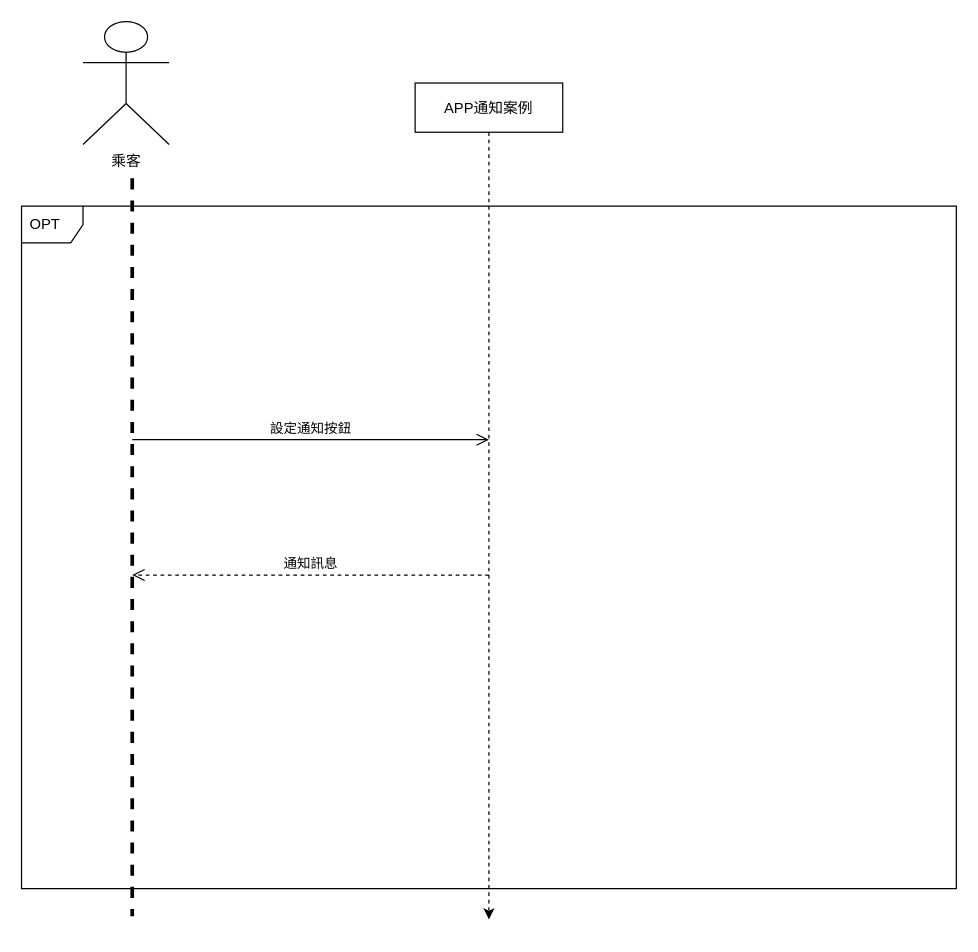
Earlier version of the draw.io diagram page "app通知案例" (3 of 5) of answer.drawio (Tim11211017/final-assignment). Source tidied: cells renumbered, new cells numbered last; positions are measured from the earlier drawing's top-left corner, leaving out a move shared by most shapes. Both pictures are drawn from the tidied source at 123%, with x=0, y=0 at pixel (21, 21).
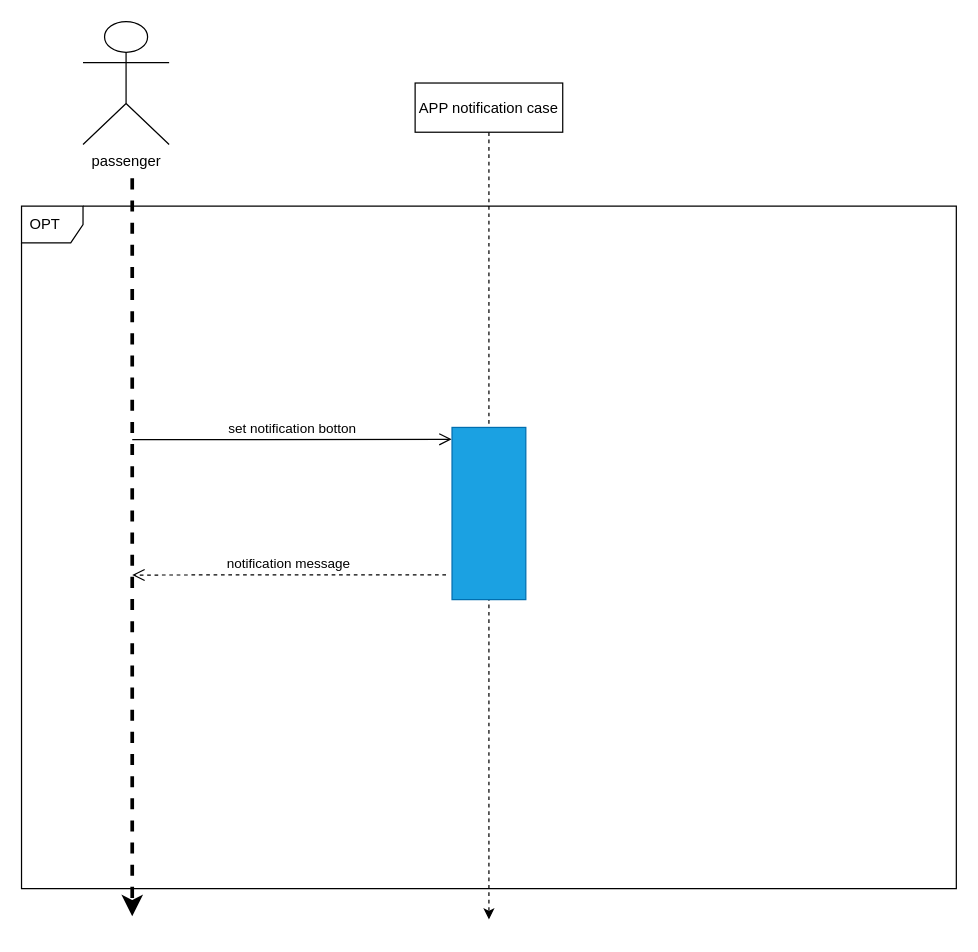
The same page after the edit.

What changed in the source:
```diff
@@
 <mxGraphModel>
   <root>
     <mxCell id="0" />
     <mxCell id="1" parent="0" />
     <mxCell id="2" value="OPT" style="shape=umlFrame;whiteSpace=wrap;html=1;width=50;height=30;boundedLbl=1;verticalAlign=middle;align=left;spacingLeft=5;" parent="1" vertex="1">
       <mxGeometry y="150" width="760" height="555" as="geometry" />
     </mxCell>
-    <mxCell id="3" value="乘客" style="shape=umlActor;verticalLabelPosition=bottom;verticalAlign=top;html=1;direction=east;" parent="1" vertex="1">
+    <mxCell id="3" value="passenger" style="shape=umlActor;verticalLabelPosition=bottom;verticalAlign=top;html=1;direction=east;" parent="1" vertex="1">
       <mxGeometry x="50" width="70" height="100" as="geometry" />
     </mxCell>
-    <mxCell id="4" style="endArrow=none;startArrow=none;endFill=0;startFill=0;endSize=8;html=1;verticalAlign=bottom;labelBackgroundColor=none;strokeWidth=3;dashed=1;" parent="1" edge="1">
+    <mxCell id="4" style="endArrow=classic;startArrow=none;endFill=1;startFill=0;endSize=8;html=1;verticalAlign=bottom;labelBackgroundColor=none;strokeWidth=3;dashed=1;" parent="1" edge="1">
       <mxGeometry relative="1" as="geometry">
         <mxPoint x="90" y="127.5" as="sourcePoint" />
         <mxPoint x="90" y="727.5" as="targetPoint" />
       </mxGeometry>
     </mxCell>
     <mxCell id="5" style="edgeStyle=none;html=1;dashed=1;" parent="1" edge="1" source="6">
       <mxGeometry relative="1" as="geometry">
         <mxPoint x="380" y="730" as="targetPoint" />
       </mxGeometry>
     </mxCell>
-    <mxCell id="6" value="APP通知案例" style="fontStyle=0;" parent="1" vertex="1">
+    <mxCell id="6" value="APP notification case" style="fontStyle=0;" parent="1" vertex="1">
       <mxGeometry x="320" y="50" width="120" height="40" as="geometry" />
     </mxCell>
-    <mxCell id="7" value="設定通知按鈕" style="endArrow=open;startArrow=none;endFill=0;startFill=0;endSize=8;html=1;verticalAlign=bottom;labelBackgroundColor=none;strokeWidth=1;" parent="1" edge="1">
+    <mxCell id="7" value="set notification botton" style="endArrow=open;startArrow=none;endFill=0;startFill=0;endSize=8;html=1;verticalAlign=bottom;labelBackgroundColor=none;strokeWidth=1;entryX=0.069;entryY=1.005;entryDx=0;entryDy=0;entryPerimeter=0;" parent="1" edge="1" target="9">
       <mxGeometry relative="1" as="geometry">
         <mxPoint x="90" y="340" as="sourcePoint" />
-        <mxPoint x="380" y="340" as="targetPoint" />
       </mxGeometry>
     </mxCell>
-    <mxCell id="8" value="通知訊息" style="endArrow=open;startArrow=none;endFill=0;startFill=0;endSize=8;html=1;verticalAlign=bottom;labelBackgroundColor=none;strokeWidth=1;dashed=1;" parent="1" edge="1">
+    <mxCell id="8" value="notification message" style="endArrow=open;startArrow=none;endFill=0;startFill=0;endSize=8;html=1;verticalAlign=bottom;labelBackgroundColor=none;strokeWidth=1;dashed=1;exitX=0.856;exitY=1.081;exitDx=0;exitDy=0;exitPerimeter=0;" parent="1" edge="1" source="9">
       <mxGeometry relative="1" as="geometry">
-        <mxPoint x="380" y="450" as="sourcePoint" />
         <mxPoint x="90" y="450" as="targetPoint" />
       </mxGeometry>
     </mxCell>
+    <mxCell id="9" style="rounded=0;whiteSpace=wrap;html=1;fillColor=#1ba1e2;fontColor=#ffffff;strokeColor=#006EAF;direction=south;" parent="1" vertex="1">
+      <mxGeometry x="350" y="330" width="60" height="140" as="geometry" />
+    </mxCell>
   </root>
 </mxGraphModel>
```
